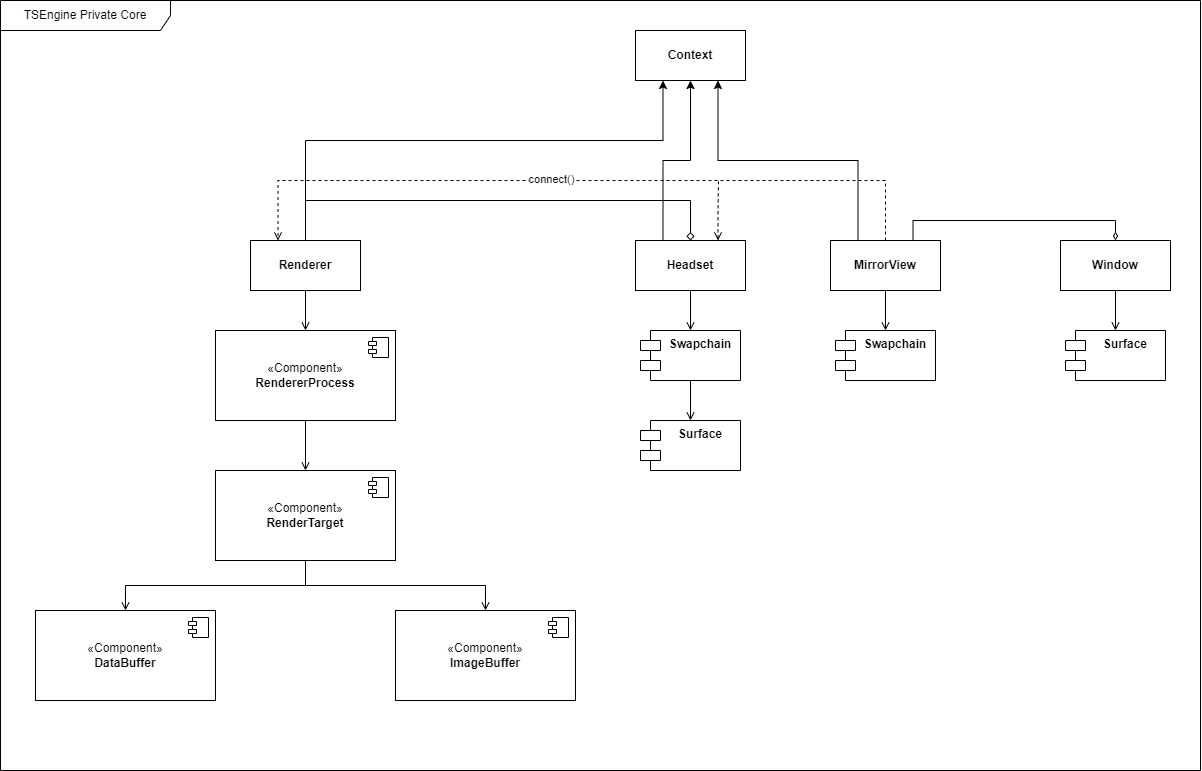
Before: figures/renderer.png, a diagram exported from draw.io (damian-tomczak/beng_thesis). Source tidied: cells renumbered, new cells last; positions are measured from the earlier drawing's top-left corner, leaving out a move shared by most shapes.
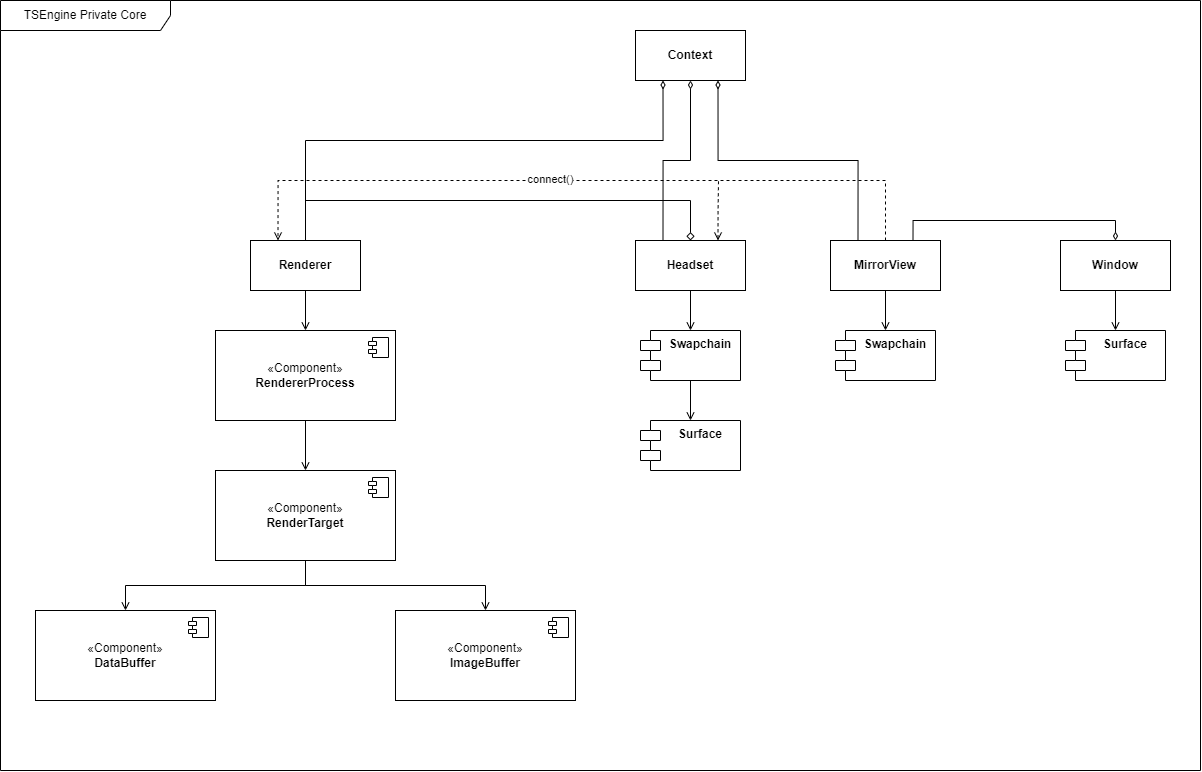
The same diagram one commit later.

Change to the diagram source:
```diff
@@ -10,7 +10,7 @@
         </Array>
       </mxGeometry>
     </mxCell>
-    <mxCell id="3" style="edgeStyle=orthogonalEdgeStyle;rounded=0;jettySize=auto;html=1;entryX=0.25;entryY=1;entryDx=0;entryDy=0;" parent="1" edge="1" source="5" target="34">
+    <mxCell id="3" style="edgeStyle=orthogonalEdgeStyle;rounded=0;jettySize=auto;html=1;entryX=0.25;entryY=1;entryDx=0;entryDy=0;endArrow=diamondThin;endFill=0;" parent="1" edge="1" source="5" target="34">
       <mxGeometry relative="1" as="geometry">
         <Array as="points">
           <mxPoint x="305" y="140" />
@@ -36,7 +36,7 @@
         </Array>
       </mxGeometry>
     </mxCell>
-    <mxCell id="8" style="edgeStyle=orthogonalEdgeStyle;rounded=0;jettySize=auto;html=1;exitX=0.25;exitY=0;exitDx=0;exitDy=0;entryX=0.5;entryY=1;entryDx=0;entryDy=0;" parent="1" edge="1" source="9" target="34">
+    <mxCell id="8" style="edgeStyle=orthogonalEdgeStyle;rounded=0;jettySize=auto;html=1;exitX=0.25;exitY=0;exitDx=0;exitDy=0;entryX=0.5;entryY=1;entryDx=0;entryDy=0;endArrow=diamondThin;endFill=0;" parent="1" edge="1" source="9" target="34">
       <mxGeometry relative="1" as="geometry" />
     </mxCell>
     <mxCell id="9" value="Headset" style="html=1;whiteSpace=wrap;fontStyle=1;" parent="1" vertex="1">
@@ -106,7 +106,7 @@
     <mxCell id="26" style="edgeStyle=orthogonalEdgeStyle;rounded=0;jettySize=auto;html=1;exitX=0.75;exitY=0;exitDx=0;exitDy=0;entryX=0.5;entryY=0;entryDx=0;entryDy=0;endArrow=diamondThin;endFill=0;" parent="1" edge="1" source="28" target="31">
       <mxGeometry relative="1" as="geometry" />
     </mxCell>
-    <mxCell id="27" style="edgeStyle=orthogonalEdgeStyle;rounded=0;jettySize=auto;html=1;exitX=0.25;exitY=0;exitDx=0;exitDy=0;entryX=0.75;entryY=1;entryDx=0;entryDy=0;" parent="1" edge="1" source="28" target="34">
+    <mxCell id="27" style="edgeStyle=orthogonalEdgeStyle;rounded=0;jettySize=auto;html=1;exitX=0.25;exitY=0;exitDx=0;exitDy=0;entryX=0.75;entryY=1;entryDx=0;entryDy=0;endArrow=diamondThin;endFill=0;" parent="1" edge="1" source="28" target="34">
       <mxGeometry relative="1" as="geometry" />
     </mxCell>
     <mxCell id="28" value="MirrorView" style="html=1;whiteSpace=wrap;fontStyle=1;" parent="1" vertex="1">
```
